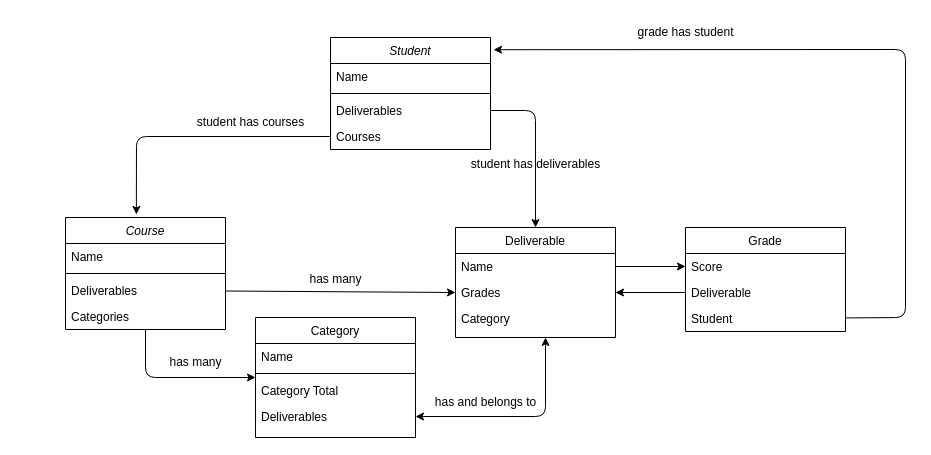
rhbuckley/csc212-project1 keeps this draw.io diagram as Relationships.drawio. Above is the earlier version. Source tidied: cells renumbered, new cells numbered last; positions are measured from the earlier drawing's top-left corner, leaving out a move shared by most shapes. Both pictures are drawn from the tidied source at 100%, with x=0, y=0 at pixel (65, 17).
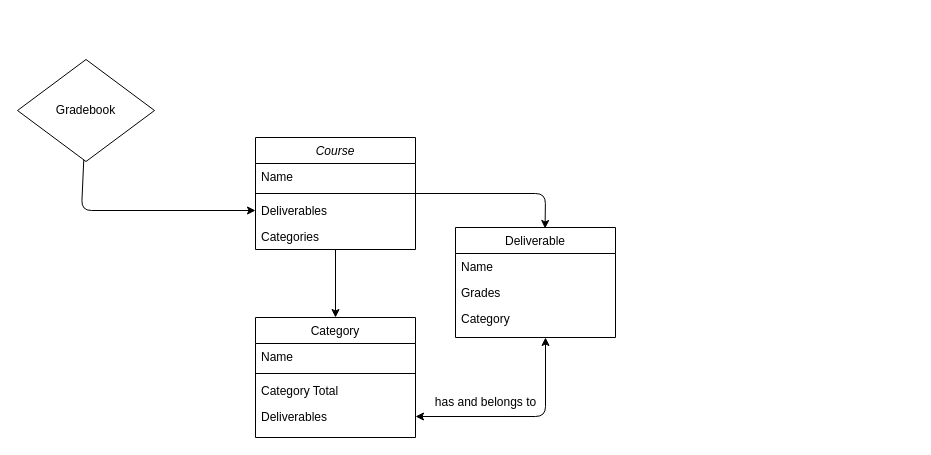
After the change.

Unchanged cells that the change refers to:
```xml
<mxCell id="5" value="Deliverables" style="text;align=left;verticalAlign=top;spacingLeft=4;spacingRight=4;overflow=hidden;points=[[0,0.5],[1,0.5]];portConstraint=eastwest;" parent="2" vertex="1">
  <mxGeometry y="60" width="160" height="26" as="geometry" />
</mxCell>
<mxCell id="6" value="Categories" style="text;align=left;verticalAlign=top;spacingLeft=4;spacingRight=4;overflow=hidden;points=[[0,0.5],[1,0.5]];portConstraint=eastwest;" parent="2" vertex="1">
  <mxGeometry y="86" width="160" height="26" as="geometry" />
</mxCell>
<mxCell id="7" value="Category" style="swimlane;fontStyle=0;align=center;verticalAlign=top;horizontal=1;startSize=26;rounded=0;shadow=0;strokeWidth=1;" parent="1" vertex="1">
  <mxGeometry x="190" y="300" width="160" height="120" as="geometry" />
</mxCell>
<mxCell id="13" value="Deliverable" style="swimlane;fontStyle=0;align=center;verticalAlign=top;horizontal=1;startSize=26;rounded=0;shadow=0;strokeWidth=1;" parent="1" vertex="1">
  <mxGeometry x="390" y="210" width="160" height="110" as="geometry" />
</mxCell>
<mxCell id="14" value="Name" style="text;align=left;verticalAlign=top;spacingLeft=4;spacingRight=4;overflow=hidden;points=[[0,0.5],[1,0.5]];portConstraint=eastwest;" parent="13" vertex="1">
  <mxGeometry y="26" width="160" height="26" as="geometry" />
</mxCell>
<mxCell id="15" value="Grades" style="text;align=left;verticalAlign=top;spacingLeft=4;spacingRight=4;overflow=hidden;points=[[0,0.5],[1,0.5]];portConstraint=eastwest;" parent="13" vertex="1">
  <mxGeometry y="52" width="160" height="26" as="geometry" />
</mxCell>
```

Change to the diagram source:
```diff
@@
+    <mxCell id="38" style="edgeStyle=none;html=1;entryX=0.56;entryY=0.009;entryDx=0;entryDy=0;entryPerimeter=0;" parent="1" edge="1" source="2" target="13">
+      <mxGeometry relative="1" as="geometry">
+        <Array as="points">
+          <mxPoint x="480" y="176" />
+        </Array>
+      </mxGeometry>
+    </mxCell>
+    <mxCell id="39" style="edgeStyle=none;html=1;entryX=0.5;entryY=0;entryDx=0;entryDy=0;" parent="1" edge="1" source="2" target="7">
+      <mxGeometry relative="1" as="geometry" />
+    </mxCell>
     <mxCell id="2" value="Course" style="swimlane;fontStyle=2;align=center;verticalAlign=top;horizontal=1;startSize=26;rounded=0;shadow=0;strokeWidth=1;" parent="1" vertex="1">
-      <mxGeometry y="200" width="160" height="112" as="geometry" />
+      <mxGeometry x="190" y="120" width="160" height="112" as="geometry" />
     </mxCell>
@@
-    <mxCell id="12" style="edgeStyle=none;html=1;entryX=0;entryY=0.5;entryDx=0;entryDy=0;exitX=1;exitY=0.5;exitDx=0;exitDy=0;" parent="1" edge="1" source="14" target="23">
-      <mxGeometry relative="1" as="geometry" />
-    </mxCell>
@@
-    <mxCell id="17" value="Student" style="swimlane;fontStyle=2;align=center;verticalAlign=top;horizontal=1;startSize=26;rounded=0;shadow=0;strokeWidth=1;" parent="1" vertex="1">
-      <mxGeometry x="265" y="20" width="160" height="112" as="geometry" />
-    </mxCell>
-    <mxCell id="18" value="Name" style="text;align=left;verticalAlign=top;spacingLeft=4;spacingRight=4;overflow=hidden;" parent="17" vertex="1">
-      <mxGeometry y="26" width="160" height="26" as="geometry" />
-    </mxCell>
-    <mxCell id="19" style="line;html=1;strokeWidth=1;align=left;verticalAlign=middle;spacingTop=-1;spacingLeft=3;spacingRight=3;labelPosition=right;" parent="17" vertex="1">
-      <mxGeometry y="52" width="160" height="8" as="geometry" />
-    </mxCell>
-    <mxCell id="20" value="Deliverables" style="text;align=left;verticalAlign=top;spacingLeft=4;spacingRight=4;overflow=hidden;points=[[0,0.5],[1,0.5]];portConstraint=eastwest;" parent="17" vertex="1">
-      <mxGeometry y="60" width="160" height="26" as="geometry" />
-    </mxCell>
-    <mxCell id="21" value="Courses" style="text;align=left;verticalAlign=top;spacingLeft=4;spacingRight=4;overflow=hidden;points=[[0,0.5],[1,0.5]];portConstraint=eastwest;" parent="17" vertex="1">
-      <mxGeometry y="86" width="160" height="26" as="geometry" />
-    </mxCell>
-    <mxCell id="22" value="Grade" style="swimlane;fontStyle=0;align=center;verticalAlign=top;horizontal=1;startSize=26;rounded=0;shadow=0;strokeWidth=1;" parent="1" vertex="1">
-      <mxGeometry x="620" y="210" width="160" height="104" as="geometry" />
-    </mxCell>
-    <mxCell id="23" value="Score" style="text;align=left;verticalAlign=top;spacingLeft=4;spacingRight=4;overflow=hidden;points=[[0,0.5],[1,0.5]];portConstraint=eastwest;" parent="22" vertex="1">
-      <mxGeometry y="26" width="160" height="26" as="geometry" />
-    </mxCell>
-    <mxCell id="24" value="Deliverable" style="text;align=left;verticalAlign=top;spacingLeft=4;spacingRight=4;overflow=hidden;points=[[0,0.5],[1,0.5]];portConstraint=eastwest;" parent="22" vertex="1">
-      <mxGeometry y="52" width="160" height="26" as="geometry" />
-    </mxCell>
-    <mxCell id="25" value="Student" style="text;align=left;verticalAlign=top;spacingLeft=4;spacingRight=4;overflow=hidden;points=[[0,0.5],[1,0.5]];portConstraint=eastwest;" parent="22" vertex="1">
-      <mxGeometry y="78" width="160" height="26" as="geometry" />
-    </mxCell>
-    <mxCell id="26" style="edgeStyle=none;html=1;entryX=0;entryY=0.5;entryDx=0;entryDy=0;" parent="1" edge="1" source="5" target="15">
-      <mxGeometry relative="1" as="geometry" />
-    </mxCell>
-    <mxCell id="27" style="edgeStyle=none;html=1;entryX=0;entryY=0.5;entryDx=0;entryDy=0;" parent="1" edge="1" source="6" target="7">
-      <mxGeometry relative="1" as="geometry">
-        <Array as="points">
-          <mxPoint x="80" y="360" />
-        </Array>
-      </mxGeometry>
-    </mxCell>
-    <mxCell id="28" style="edgeStyle=none;html=1;entryX=1;entryY=0.5;entryDx=0;entryDy=0;" parent="1" edge="1" source="24" target="15">
-      <mxGeometry relative="1" as="geometry" />
-    </mxCell>
@@
-    <mxCell id="31" value="has many" style="text;html=1;align=center;verticalAlign=middle;strokeColor=none;fillColor=none;" parent="1" vertex="1">
-      <mxGeometry x="230" y="247" width="80" height="30" as="geometry" />
-    </mxCell>
-    <mxCell id="32" value="has many" style="text;html=1;align=center;verticalAlign=middle;strokeColor=none;fillColor=none;" parent="1" vertex="1">
-      <mxGeometry x="90" y="330" width="80" height="30" as="geometry" />
-    </mxCell>
-    <mxCell id="33" style="edgeStyle=none;html=1;startArrow=none;startFill=0;entryX=1.019;entryY=0.109;entryDx=0;entryDy=0;entryPerimeter=0;" parent="1" edge="1" source="25" target="17">
-      <mxGeometry relative="1" as="geometry">
-        <Array as="points">
-          <mxPoint x="840" y="300" />
-          <mxPoint x="840" y="32" />
-        </Array>
-      </mxGeometry>
-    </mxCell>
-    <mxCell id="34" value="grade has student" style="text;html=1;align=center;verticalAlign=middle;strokeColor=none;fillColor=none;" parent="1" vertex="1">
-      <mxGeometry x="560" width="120" height="30" as="geometry" />
-    </mxCell>
-    <mxCell id="35" style="edgeStyle=none;html=1;entryX=0.5;entryY=0;entryDx=0;entryDy=0;startArrow=none;startFill=0;shadow=0;" parent="1" edge="1" source="20" target="13">
-      <mxGeometry relative="1" as="geometry">
-        <Array as="points">
-          <mxPoint x="470" y="93" />
-        </Array>
-      </mxGeometry>
-    </mxCell>
-    <mxCell id="36" value="student has deliverables" style="text;html=1;align=center;verticalAlign=middle;strokeColor=none;fillColor=none;rounded=0;glass=0;fillStyle=auto;" parent="1" vertex="1">
-      <mxGeometry x="395" y="132" width="150" height="30" as="geometry" />
-    </mxCell>
-    <mxCell id="37" style="edgeStyle=none;html=1;startArrow=none;startFill=0;entryX=0.443;entryY=-0.027;entryDx=0;entryDy=0;entryPerimeter=0;" parent="1" edge="1" source="21" target="2">
-      <mxGeometry relative="1" as="geometry">
-        <Array as="points">
-          <mxPoint x="71" y="119" />
-        </Array>
-      </mxGeometry>
-    </mxCell>
-    <mxCell id="38" value="student has courses" style="text;html=1;align=center;verticalAlign=middle;strokeColor=none;fillColor=none;" parent="1" vertex="1">
-      <mxGeometry x="120" y="90" width="130" height="30" as="geometry" />
-    </mxCell>
+    <mxCell id="40" style="edgeStyle=none;html=1;entryX=0;entryY=0.5;entryDx=0;entryDy=0;" parent="1" edge="1" source="41" target="5">
+      <mxGeometry relative="1" as="geometry">
+        <Array as="points">
+          <mxPoint x="16" y="193" />
+        </Array>
+      </mxGeometry>
+    </mxCell>
+    <mxCell id="41" value="Gradebook" style="rhombus;whiteSpace=wrap;html=1;" parent="1" vertex="1">
+      <mxGeometry x="-48" y="42" width="137" height="102" as="geometry" />
+    </mxCell>
```
